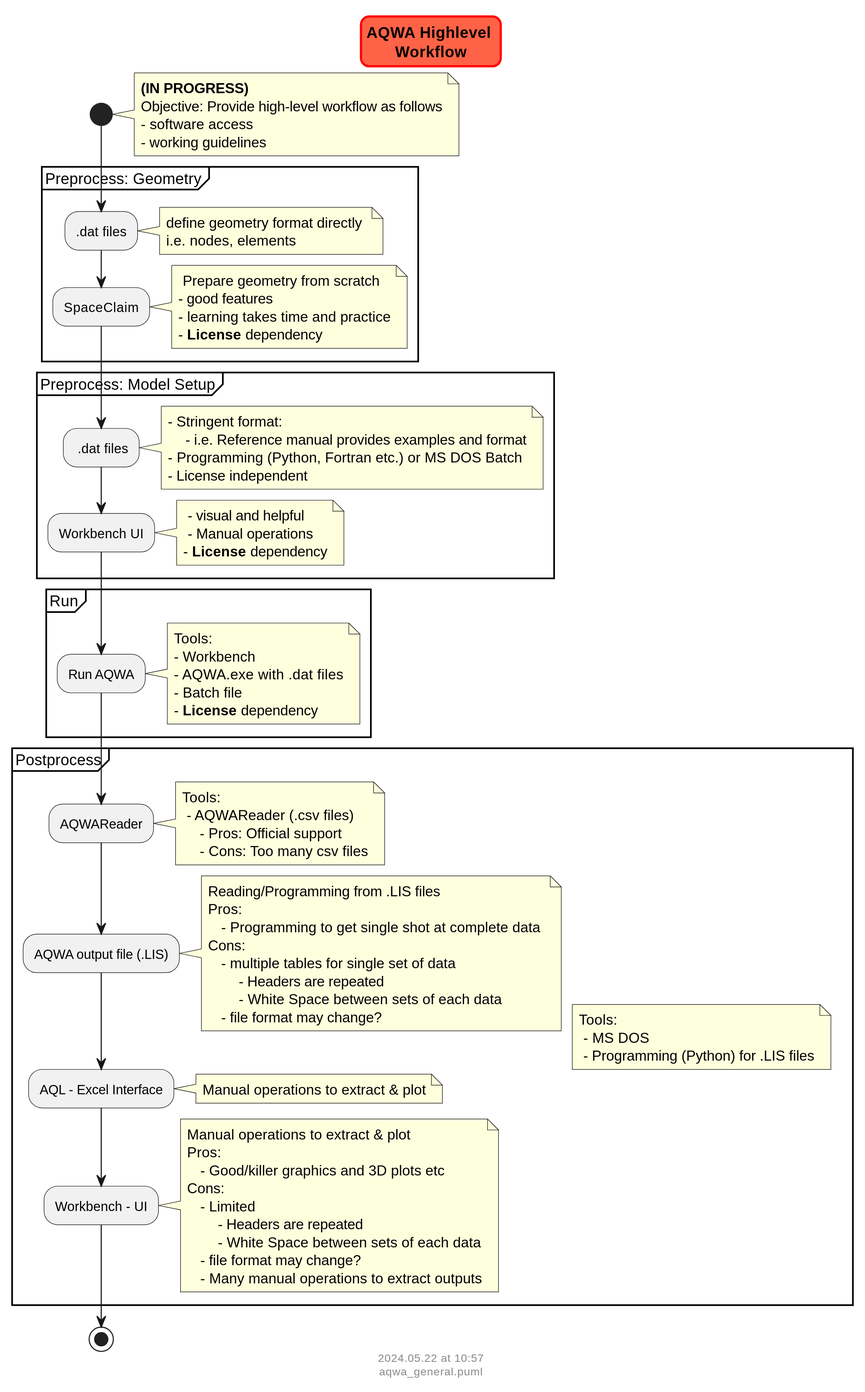
Earlier version of the PlantUML export docs/pkg_ansys/aqwa/flowcharts/aqwa_highlevel_workflow.svg (vamseeachanta/digitalmodel).
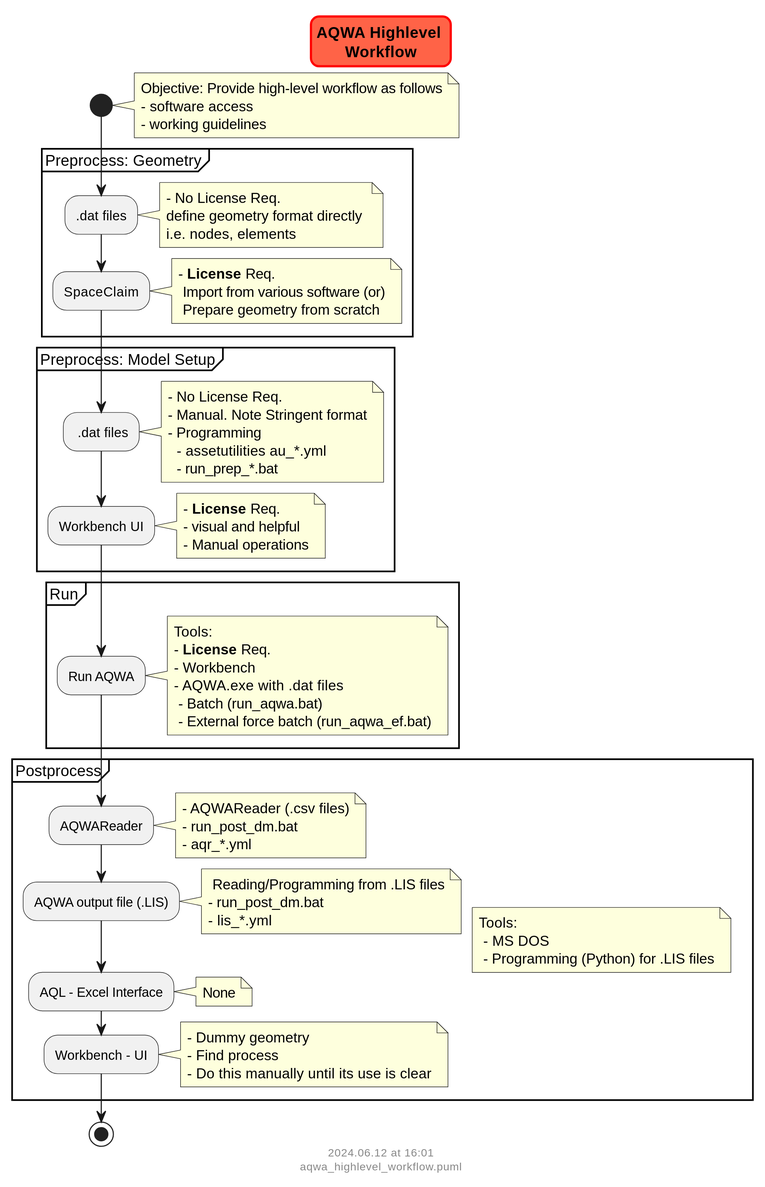
Above is the later version.

Change to the diagram source:
```diff
@@ -10,7 +10,6 @@
 start
 
     note right
-        **(IN PROGRESS)**
         Objective: Provide high-level workflow as follows
         - software access
         - working guidelines
@@ -20,16 +19,16 @@
 
         :.dat files;
             note right
+            - No License Req.
             define geometry format directly
             i.e. nodes, elements
             end note
 
         :SpaceClaim;
             note right
+            - **License** Req.
+             Import from various software (or)
              Prepare geometry from scratch
-            - good features
-            - learning takes time and practice
-            - **License** dependency
             end note
 
     }
@@ -38,17 +37,18 @@
 
         : .dat files;
             note right
-            - Stringent format:
-                - i.e. Reference manual provides examples and format
-            - Programming (Python, Fortran etc.) or MS DOS Batch
-            - License independent
+            - No License Req.
+            - Manual. Note Stringent format
+            - Programming
+              - assetutilities au_*.yml
+              - run_prep_*.bat
             end note
 
         :Workbench UI;
             note right
-             - visual and helpful
-             - Manual operations
-            - **License** dependency
+            - **License** Req.
+            - visual and helpful
+            - Manual operations
             end note
 
     }
@@ -58,10 +58,11 @@
 
         note right
             Tools:
+            - **License** Req.
             - Workbench
             - AQWA.exe with .dat files
-            - Batch file
-            - **License** dependency
+             - Batch (run_aqwa.bat)
+             - External force batch (run_aqwa_ef.bat)
         end note
 
     }
@@ -75,40 +76,28 @@
 
         :AQWAReader;
             note right
-                Tools:
-                 - AQWAReader (.csv files)
-                    - Pros: Official support
-                    - Cons: Too many csv files
+            - AQWAReader (.csv files)
+            - run_post_dm.bat
+            - aqr_*.yml
             end note
 
         :AQWA output file (.LIS);
             note right
              Reading/Programming from .LIS files
-             Pros:
-                - Programming to get single shot at complete data
-             Cons:
-                - multiple tables for single set of data
-                    - Headers are repeated
-                    - White Space between sets of each data
-                - file format may change?
+            - run_post_dm.bat
+            - lis_*.yml
             end note
 
         :AQL - Excel Interface;
             note right
-             Manual operations to extract & plot
+             None
             end note
 
         :Workbench - UI;
             note right
-             Manual operations to extract & plot
-             Pros:
-                - Good/killer graphics and 3D plots etc
-             Cons:
-                - Limited
-                    - Headers are repeated
-                    - White Space between sets of each data
-                - file format may change?
-                - Many manual operations to extract outputs
+            - Dummy geometry
+            - Find process
+            - Do this manually until its use is clear
             end note
 
     }
```
